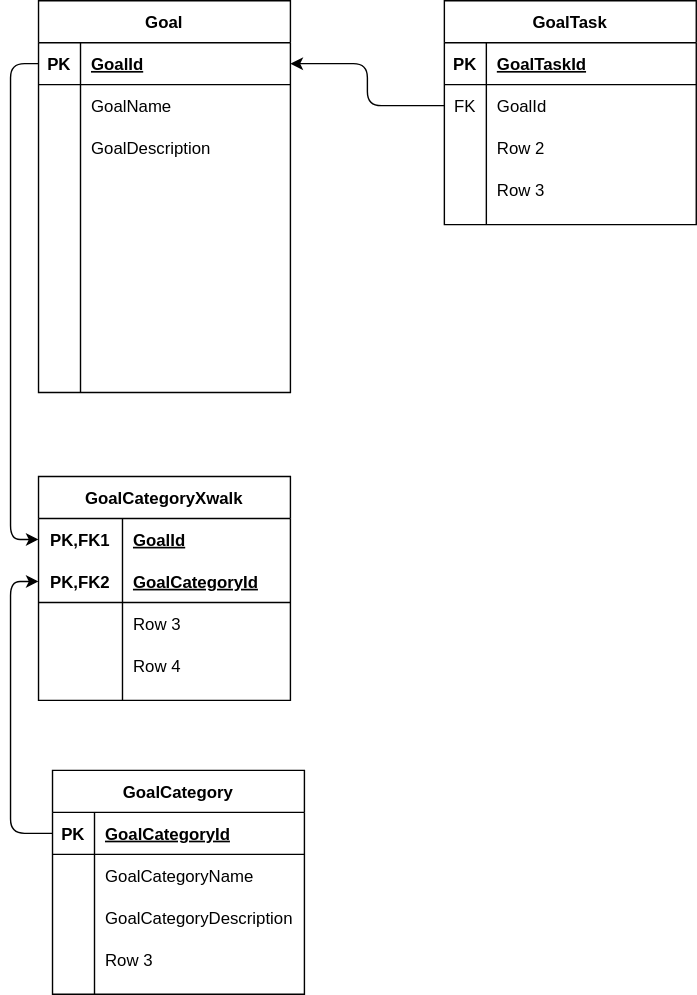
Before: SuperGoals Schema.svg, a diagram exported from draw.io (mcanderson/SuperGoalsAPI). Source tidied: cells renumbered, new cells last; positions are measured from the earlier drawing's top-left corner, leaving out a move shared by most shapes.
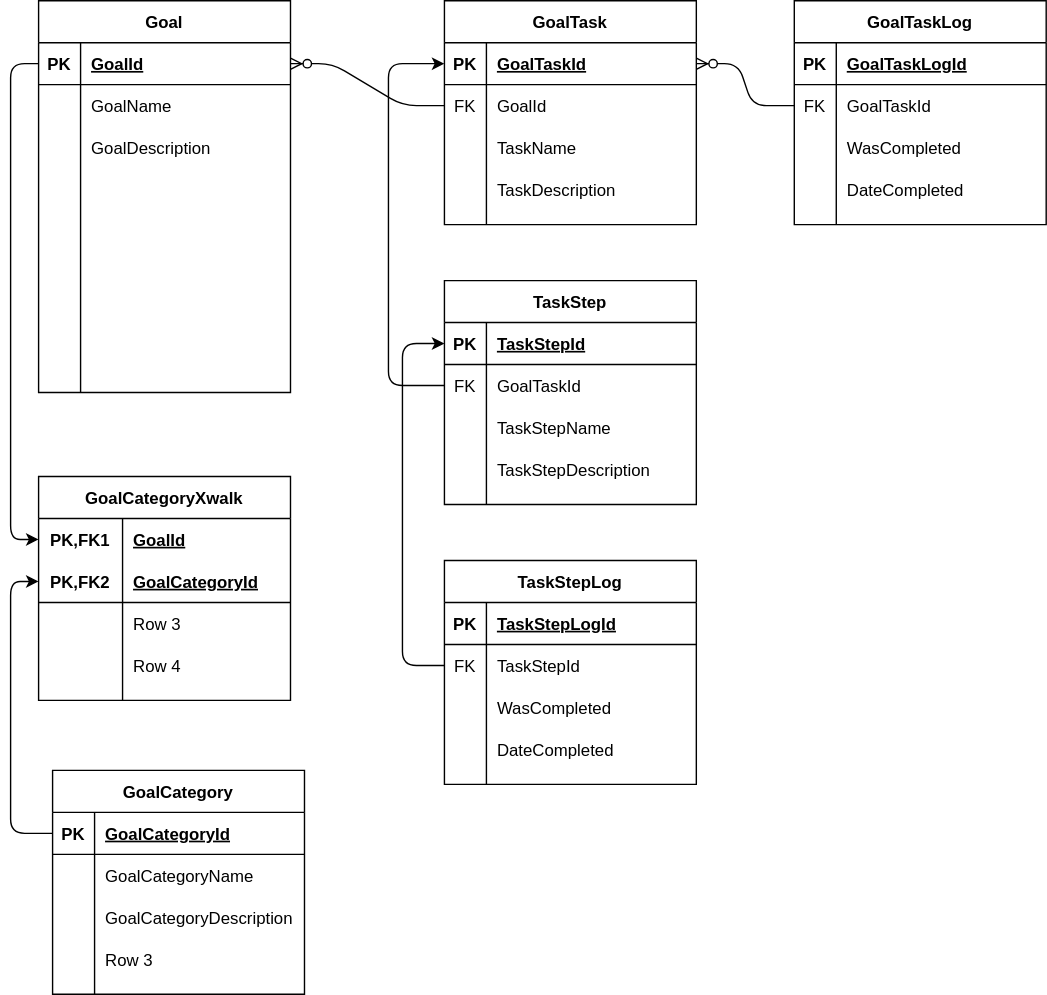
After the change.

Diff of the diagram source:
```diff
@@ -170,7 +170,7 @@
     <mxCell id="54" style="shape=partialRectangle;fillColor=none;top=0;left=0;bottom=0;right=0;overflow=hidden;" parent="53" vertex="1">
       <mxGeometry width="30" height="30" as="geometry" />
     </mxCell>
-    <mxCell id="55" value="Row 2" style="shape=partialRectangle;fillColor=none;top=0;left=0;bottom=0;right=0;align=left;spacingLeft=6;overflow=hidden;" parent="53" vertex="1">
+    <mxCell id="55" value="TaskName" style="shape=partialRectangle;fillColor=none;top=0;left=0;bottom=0;right=0;align=left;spacingLeft=6;overflow=hidden;" parent="53" vertex="1">
       <mxGeometry x="30" width="150" height="30" as="geometry" />
     </mxCell>
     <mxCell id="56" style="shape=partialRectangle;fillColor=none;top=0;left=0;bottom=0;right=0;" parent="46" vertex="1">
@@ -179,11 +179,148 @@
     <mxCell id="57" style="shape=partialRectangle;fillColor=none;top=0;left=0;bottom=0;right=0;overflow=hidden;" parent="56" vertex="1">
       <mxGeometry width="30" height="30" as="geometry" />
     </mxCell>
-    <mxCell id="58" value="Row 3" style="shape=partialRectangle;fillColor=none;top=0;left=0;bottom=0;right=0;align=left;spacingLeft=6;overflow=hidden;" parent="56" vertex="1">
+    <mxCell id="58" value="TaskDescription" style="shape=partialRectangle;fillColor=none;top=0;left=0;bottom=0;right=0;align=left;spacingLeft=6;overflow=hidden;" parent="56" vertex="1">
       <mxGeometry x="30" width="150" height="30" as="geometry" />
     </mxCell>
+    <mxCell id="60" value="GoalTaskLog" style="shape=table;startSize=30;rowLines=0;fontStyle=1;align=center;" parent="1" vertex="1">
+      <mxGeometry x="560" width="180" height="160" as="geometry" />
+    </mxCell>
+    <mxCell id="61" style="shape=partialRectangle;fillColor=none;top=0;left=0;bottom=1;right=0;" parent="60" vertex="1">
+      <mxGeometry y="30" width="180" height="30" as="geometry" />
+    </mxCell>
+    <mxCell id="62" value="PK" style="shape=partialRectangle;fillColor=none;top=0;left=0;bottom=0;right=0;fontStyle=1;overflow=hidden;" parent="61" vertex="1">
+      <mxGeometry width="30" height="30" as="geometry" />
+    </mxCell>
+    <mxCell id="63" value="GoalTaskLogId" style="shape=partialRectangle;fillColor=none;top=0;left=0;bottom=0;right=0;align=left;spacingLeft=6;fontStyle=5;overflow=hidden;" parent="61" vertex="1">
+      <mxGeometry x="30" width="150" height="30" as="geometry" />
+    </mxCell>
+    <mxCell id="64" style="shape=partialRectangle;fillColor=none;top=0;left=0;bottom=0;right=0;points=[[0,0.5],[1,0.5]];portConstraint=eastwest;" parent="60" vertex="1">
+      <mxGeometry y="60" width="180" height="30" as="geometry" />
+    </mxCell>
+    <mxCell id="65" value="FK" style="shape=partialRectangle;fillColor=none;top=0;left=0;bottom=0;right=0;overflow=hidden;" parent="64" vertex="1">
+      <mxGeometry width="30" height="30" as="geometry" />
+    </mxCell>
+    <mxCell id="66" value="GoalTaskId" style="shape=partialRectangle;fillColor=none;top=0;left=0;bottom=0;right=0;align=left;spacingLeft=6;overflow=hidden;" parent="64" vertex="1">
+      <mxGeometry x="30" width="150" height="30" as="geometry" />
+    </mxCell>
+    <mxCell id="67" style="shape=partialRectangle;fillColor=none;top=0;left=0;bottom=0;right=0;" parent="60" vertex="1">
+      <mxGeometry y="90" width="180" height="30" as="geometry" />
+    </mxCell>
+    <mxCell id="68" style="shape=partialRectangle;fillColor=none;top=0;left=0;bottom=0;right=0;overflow=hidden;" parent="67" vertex="1">
+      <mxGeometry width="30" height="30" as="geometry" />
+    </mxCell>
+    <mxCell id="69" value="WasCompleted" style="shape=partialRectangle;fillColor=none;top=0;left=0;bottom=0;right=0;align=left;spacingLeft=6;overflow=hidden;" parent="67" vertex="1">
+      <mxGeometry x="30" width="150" height="30" as="geometry" />
+    </mxCell>
+    <mxCell id="70" style="shape=partialRectangle;fillColor=none;top=0;left=0;bottom=0;right=0;" parent="60" vertex="1">
+      <mxGeometry y="120" width="180" height="30" as="geometry" />
+    </mxCell>
+    <mxCell id="71" style="shape=partialRectangle;fillColor=none;top=0;left=0;bottom=0;right=0;overflow=hidden;" parent="70" vertex="1">
+      <mxGeometry width="30" height="30" as="geometry" />
+    </mxCell>
+    <mxCell id="72" value="DateCompleted" style="shape=partialRectangle;fillColor=none;top=0;left=0;bottom=0;right=0;align=left;spacingLeft=6;overflow=hidden;" parent="70" vertex="1">
+      <mxGeometry x="30" width="150" height="30" as="geometry" />
+    </mxCell>
+    <mxCell id="73" style="edgeStyle=entityRelationEdgeStyle;fontSize=12;html=1;endArrow=ERzeroToMany;endFill=1;entryX=1;entryY=0.5;entryDx=0;entryDy=0;" parent="1" edge="1" source="64" target="47">
+      <mxGeometry relative="1" as="geometry" />
+    </mxCell>
-    <mxCell id="59" style="edgeStyle=elbowEdgeStyle;elbow=horizontal;endArrow=classic;html=1;exitX=0;exitY=0.5;exitDx=0;exitDy=0;" parent="1" edge="1" source="50" target="3">
+    <mxCell id="59" style="edgeStyle=entityRelationEdgeStyle;fontSize=12;html=1;endArrow=ERzeroToMany;endFill=1;exitX=0;exitY=0.5;exitDx=0;exitDy=0;entryX=1;entryY=0.5;entryDx=0;entryDy=0;" parent="1" edge="1" source="50" target="3">
       <mxGeometry relative="1" as="geometry" />
     </mxCell>
+    <mxCell id="74" value="TaskStep" style="shape=table;startSize=30;rowLines=0;fontStyle=1;align=center;" parent="1" vertex="1">
+      <mxGeometry x="310" y="200" width="180" height="160" as="geometry" />
+    </mxCell>
+    <mxCell id="75" style="shape=partialRectangle;fillColor=none;top=0;left=0;bottom=1;right=0;points=[[0,0.5],[1,0.5]];portConstraint=eastwest;" parent="74" vertex="1">
+      <mxGeometry y="30" width="180" height="30" as="geometry" />
+    </mxCell>
+    <mxCell id="76" value="PK" style="shape=partialRectangle;fillColor=none;top=0;left=0;bottom=0;right=0;fontStyle=1;overflow=hidden;" parent="75" vertex="1">
+      <mxGeometry width="30" height="30" as="geometry" />
+    </mxCell>
+    <mxCell id="77" value="TaskStepId" style="shape=partialRectangle;fillColor=none;top=0;left=0;bottom=0;right=0;align=left;spacingLeft=6;fontStyle=5;overflow=hidden;" parent="75" vertex="1">
+      <mxGeometry x="30" width="150" height="30" as="geometry" />
+    </mxCell>
+    <mxCell id="78" style="shape=partialRectangle;fillColor=none;top=0;left=0;bottom=0;right=0;points=[[0,0.5],[1,0.5]];portConstraint=eastwest;" parent="74" vertex="1">
+      <mxGeometry y="60" width="180" height="30" as="geometry" />
+    </mxCell>
+    <mxCell id="79" value="FK" style="shape=partialRectangle;fillColor=none;top=0;left=0;bottom=0;right=0;overflow=hidden;" parent="78" vertex="1">
+      <mxGeometry width="30" height="30" as="geometry" />
+    </mxCell>
+    <mxCell id="80" value="GoalTaskId" style="shape=partialRectangle;fillColor=none;top=0;left=0;bottom=0;right=0;align=left;spacingLeft=6;overflow=hidden;" parent="78" vertex="1">
+      <mxGeometry x="30" width="150" height="30" as="geometry" />
+    </mxCell>
+    <mxCell id="81" style="shape=partialRectangle;fillColor=none;top=0;left=0;bottom=0;right=0;" parent="74" vertex="1">
+      <mxGeometry y="90" width="180" height="30" as="geometry" />
+    </mxCell>
+    <mxCell id="82" style="shape=partialRectangle;fillColor=none;top=0;left=0;bottom=0;right=0;overflow=hidden;" parent="81" vertex="1">
+      <mxGeometry width="30" height="30" as="geometry" />
+    </mxCell>
+    <mxCell id="83" value="TaskStepName" style="shape=partialRectangle;fillColor=none;top=0;left=0;bottom=0;right=0;align=left;spacingLeft=6;overflow=hidden;" parent="81" vertex="1">
+      <mxGeometry x="30" width="150" height="30" as="geometry" />
+    </mxCell>
+    <mxCell id="84" style="shape=partialRectangle;fillColor=none;top=0;left=0;bottom=0;right=0;" parent="74" vertex="1">
+      <mxGeometry y="120" width="180" height="30" as="geometry" />
+    </mxCell>
+    <mxCell id="85" style="shape=partialRectangle;fillColor=none;top=0;left=0;bottom=0;right=0;overflow=hidden;" parent="84" vertex="1">
+      <mxGeometry width="30" height="30" as="geometry" />
+    </mxCell>
+    <mxCell id="86" value="TaskStepDescription" style="shape=partialRectangle;fillColor=none;top=0;left=0;bottom=0;right=0;align=left;spacingLeft=6;overflow=hidden;" parent="84" vertex="1">
+      <mxGeometry x="30" width="150" height="30" as="geometry" />
+    </mxCell>
+    <mxCell id="87" style="edgeStyle=elbowEdgeStyle;elbow=horizontal;endArrow=classic;html=1;exitX=0;exitY=0.5;exitDx=0;exitDy=0;entryX=0;entryY=0.5;entryDx=0;entryDy=0;" parent="1" edge="1" source="93" target="75">
+      <mxGeometry relative="1" as="geometry">
+        <Array as="points">
+          <mxPoint x="280" y="360" />
+          <mxPoint x="310" y="250" />
+          <mxPoint x="280" y="385" />
+        </Array>
+      </mxGeometry>
+    </mxCell>
+    <mxCell id="88" style="edgeStyle=segmentEdgeStyle;endArrow=classic;html=1;exitX=0;exitY=0.5;exitDx=0;exitDy=0;entryX=0;entryY=0.5;entryDx=0;entryDy=0;" parent="1" edge="1" source="78" target="47">
+      <mxGeometry relative="1" as="geometry">
+        <Array as="points">
+          <mxPoint x="270" y="275" />
+          <mxPoint x="270" y="45" />
+        </Array>
+      </mxGeometry>
+    </mxCell>
+    <mxCell id="89" value="TaskStepLog" style="shape=table;startSize=30;rowLines=0;fontStyle=1;align=center;" parent="1" vertex="1">
+      <mxGeometry x="310" y="400" width="180" height="160" as="geometry" />
+    </mxCell>
+    <mxCell id="90" style="shape=partialRectangle;fillColor=none;top=0;left=0;bottom=1;right=0;" parent="89" vertex="1">
+      <mxGeometry y="30" width="180" height="30" as="geometry" />
+    </mxCell>
+    <mxCell id="91" value="PK" style="shape=partialRectangle;fillColor=none;top=0;left=0;bottom=0;right=0;fontStyle=1;overflow=hidden;" parent="90" vertex="1">
+      <mxGeometry width="30" height="30" as="geometry" />
+    </mxCell>
+    <mxCell id="92" value="TaskStepLogId" style="shape=partialRectangle;fillColor=none;top=0;left=0;bottom=0;right=0;align=left;spacingLeft=6;fontStyle=5;overflow=hidden;" parent="90" vertex="1">
+      <mxGeometry x="30" width="150" height="30" as="geometry" />
+    </mxCell>
+    <mxCell id="93" style="shape=partialRectangle;fillColor=none;top=0;left=0;bottom=0;right=0;points=[[0,0.5],[1,0.5]];portConstraint=eastwest;" parent="89" vertex="1">
+      <mxGeometry y="60" width="180" height="30" as="geometry" />
+    </mxCell>
+    <mxCell id="94" value="FK" style="shape=partialRectangle;fillColor=none;top=0;left=0;bottom=0;right=0;overflow=hidden;" parent="93" vertex="1">
+      <mxGeometry width="30" height="30" as="geometry" />
+    </mxCell>
+    <mxCell id="95" value="TaskStepId" style="shape=partialRectangle;fillColor=none;top=0;left=0;bottom=0;right=0;align=left;spacingLeft=6;overflow=hidden;" parent="93" vertex="1">
+      <mxGeometry x="30" width="150" height="30" as="geometry" />
+    </mxCell>
+    <mxCell id="96" style="shape=partialRectangle;fillColor=none;top=0;left=0;bottom=0;right=0;" parent="89" vertex="1">
+      <mxGeometry y="90" width="180" height="30" as="geometry" />
+    </mxCell>
+    <mxCell id="97" style="shape=partialRectangle;fillColor=none;top=0;left=0;bottom=0;right=0;overflow=hidden;" parent="96" vertex="1">
+      <mxGeometry width="30" height="30" as="geometry" />
+    </mxCell>
+    <mxCell id="98" value="WasCompleted" style="shape=partialRectangle;fillColor=none;top=0;left=0;bottom=0;right=0;align=left;spacingLeft=6;overflow=hidden;" parent="96" vertex="1">
+      <mxGeometry x="30" width="150" height="30" as="geometry" />
+    </mxCell>
+    <mxCell id="99" style="shape=partialRectangle;fillColor=none;top=0;left=0;bottom=0;right=0;" parent="89" vertex="1">
+      <mxGeometry y="120" width="180" height="30" as="geometry" />
+    </mxCell>
+    <mxCell id="100" style="shape=partialRectangle;fillColor=none;top=0;left=0;bottom=0;right=0;overflow=hidden;" parent="99" vertex="1">
+      <mxGeometry width="30" height="30" as="geometry" />
+    </mxCell>
+    <mxCell id="101" value="DateCompleted" style="shape=partialRectangle;fillColor=none;top=0;left=0;bottom=0;right=0;align=left;spacingLeft=6;overflow=hidden;" parent="99" vertex="1">
+      <mxGeometry x="30" width="150" height="30" as="geometry" />
+    </mxCell>
   </root>
 </mxGraphModel>
```
